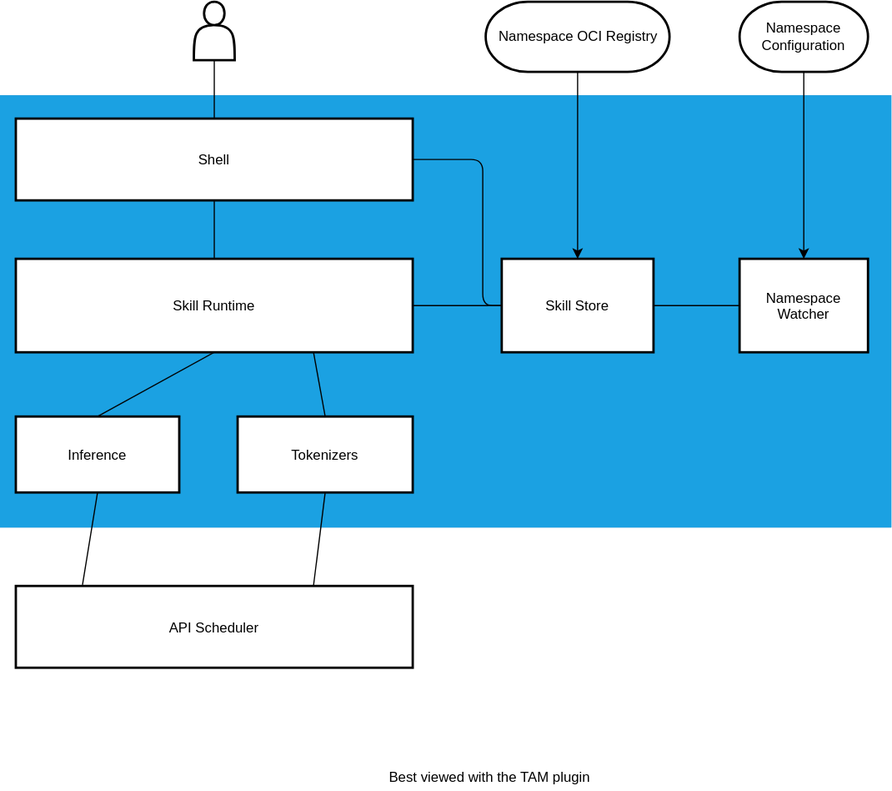
Aleph-Alpha/pharia-engine keeps this draw.io diagram as tam/actors-block.drawio.svg. Above is the earlier version. Source tidied: cells renumbered, new cells last; positions are measured from the earlier drawing's top-left corner, leaving out a move shared by most shapes.
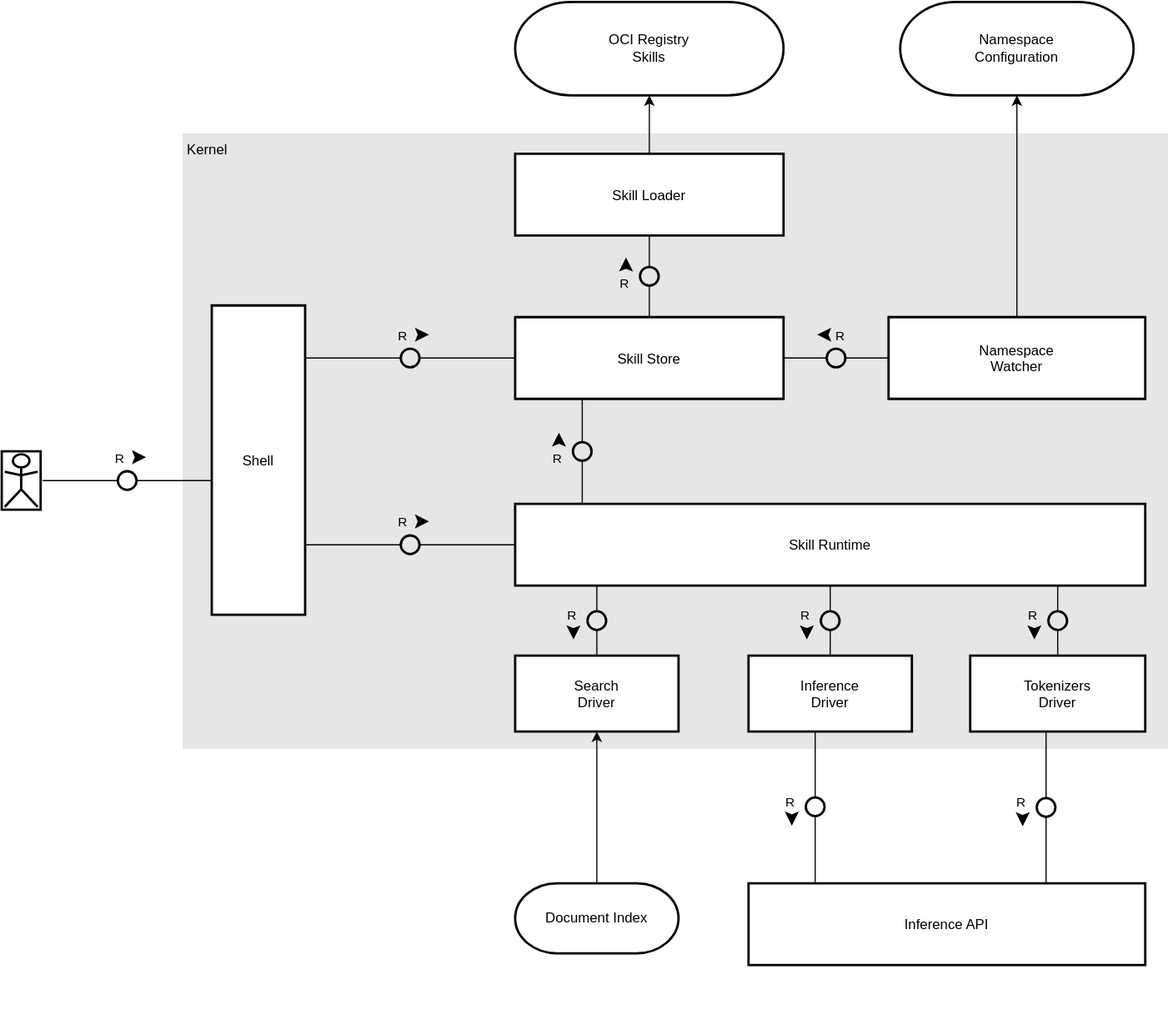
The same file after the commit.

Commit message:
docs: Updated Block Diagram

Change to the diagram source:
```diff
@@ -2,32 +2,26 @@
   <root>
     <mxCell id="0" />
     <mxCell id="1" parent="0" />
-    <mxCell id="2" style="rounded=0;whiteSpace=wrap;html=1;strokeWidth=0;strokeColor=#006EAF;fillColor=#1ba1e2;align=left;verticalAlign=top;spacingLeft=2;fontColor=#ffffff;" parent="1" vertex="1">
-      <mxGeometry x="0.2" y="80" width="763.8" height="370" as="geometry" />
-    </mxCell>
+    <mxCell id="25" value="Kernel" style="rounded=0;whiteSpace=wrap;html=1;strokeWidth=0;strokeColor=none;fillColor=#E6E6E6;align=left;verticalAlign=top;spacingLeft=2;" parent="1" vertex="1">
+      <mxGeometry x="-481" y="162.5" width="845" height="527.5" as="geometry" />
+    </mxCell>
     <mxCell id="3" value="Skill Runtime" style="shape=agent;offsetSize=8;strokeWidth=2;" parent="1" vertex="1">
-      <mxGeometry x="14" y="220" width="340" height="80" as="geometry" />
+      <mxGeometry x="-196" y="480" width="540" height="70" as="geometry" />
     </mxCell>
     <mxCell id="4" value="Best viewed with the &lt;a href=&quot;https://github.com/ariel-bentu/tam-drawio&quot;&gt;TAM plugin&lt;/a&gt;" style="text;html=1;shape=tamPluginMissing;" parent="1" vertex="1">
-      <mxGeometry x="332.1" y="650" width="200" height="25" as="geometry" />
+      <mxGeometry x="-261" y="905" width="200" height="25" as="geometry" />
     </mxCell>
     <mxCell id="5" value="Skill Store" style="shape=agent;offsetSize=8;strokeWidth=2;" parent="1" vertex="1">
-      <mxGeometry x="430.2" y="220" width="130" height="80" as="geometry" />
+      <mxGeometry x="-196" y="320" width="230" height="70" as="geometry" />
     </mxCell>
-    <mxCell id="6" style="shape=useedge;endArrow=none;edgeStyle=none;useSignPosition=up;useSignDirection=west;exitX=0;exitY=0.5;exitDx=0;exitDy=0;entryX=1;entryY=0.5;entryDx=0;entryDy=0;" parent="1" edge="1" source="5" target="3">
-      <mxGeometry relative="1" as="geometry" />
-    </mxCell>
-    <mxCell id="7" value="Namespace OCI Registry" style="rounded=1;whiteSpace=wrap;html=1;arcSize=60;strokeWidth=2;" parent="1" vertex="1">
-      <mxGeometry x="416.5" width="157.5" height="60" as="geometry" />
+    <mxCell id="7" value="OCI Registry&lt;br&gt;Skills" style="rounded=1;whiteSpace=wrap;html=1;arcSize=60;strokeWidth=2;" parent="1" vertex="1">
+      <mxGeometry x="-196" y="50" width="230" height="80" as="geometry" />
     </mxCell>
-    <mxCell id="8" style="edgeStyle=elbowEdgeStyle;html=1;labelBackgroundColor=none;rounded=1;elbow=vertical;endArrow=classic;endFill=1;align=center;exitX=0.5;exitY=1;exitDx=0;exitDy=0;entryX=0.5;entryY=0;entryDx=0;entryDy=0;" parent="1" edge="1" source="7" target="5">
-      <mxGeometry relative="1" as="geometry" />
-    </mxCell>
-    <mxCell id="9" value="Inference" style="shape=agent;offsetSize=8;strokeWidth=2;" parent="1" vertex="1">
-      <mxGeometry x="14" y="355" width="140" height="65" as="geometry" />
+    <mxCell id="9" value="Inference&#10;Driver" style="shape=agent;offsetSize=8;strokeWidth=2;" parent="1" vertex="1">
+      <mxGeometry x="4" y="610" width="140" height="65" as="geometry" />
     </mxCell>
-    <mxCell id="10" value="API Scheduler" style="shape=agent;offsetSize=8;strokeWidth=2;" parent="1" vertex="1">
-      <mxGeometry x="14" y="500" width="340" height="70" as="geometry" />
+    <mxCell id="10" value="Inference API" style="shape=agent;offsetSize=8;strokeWidth=2;" parent="1" vertex="1">
+      <mxGeometry x="4" y="805" width="340" height="70" as="geometry" />
     </mxCell>
     <mxCell id="11" style="shape=useedge;vertical=true;edgeStyle=none;endArrow=none;useSignPosition=left;useSignDirection=south;entryX=0.5;entryY=1;entryDx=0;entryDy=0;exitX=0.168;exitY=-0.014;exitDx=0;exitDy=0;exitPerimeter=0;" parent="1" edge="1" source="10" target="9">
       <mxGeometry relative="1" as="geometry" />
@@ -35,8 +29,8 @@
     <mxCell id="12" style="shape=useedge;vertical=true;edgeStyle=none;endArrow=none;useSignPosition=left;useSignDirection=south;entryX=0.5;entryY=1;entryDx=0;entryDy=0;exitX=0.5;exitY=0;exitDx=0;exitDy=0;" parent="1" edge="1" source="9" target="3">
       <mxGeometry relative="1" as="geometry" />
     </mxCell>
-    <mxCell id="13" value="Tokenizers" style="shape=agent;offsetSize=8;strokeWidth=2;" parent="1" vertex="1">
-      <mxGeometry x="204" y="355" width="150" height="65" as="geometry" />
+    <mxCell id="13" value="Tokenizers&#10;Driver" style="shape=agent;offsetSize=8;strokeWidth=2;" parent="1" vertex="1">
+      <mxGeometry x="194" y="610" width="150" height="65" as="geometry" />
     </mxCell>
     <mxCell id="14" style="shape=useedge;vertical=true;edgeStyle=none;endArrow=none;useSignPosition=left;useSignDirection=south;entryX=0.75;entryY=1;entryDx=0;entryDy=0;exitX=0.5;exitY=0;exitDx=0;exitDy=0;" parent="1" edge="1" source="13" target="3">
       <mxGeometry relative="1" as="geometry" />
@@ -45,35 +39,55 @@
       <mxGeometry relative="1" as="geometry" />
     </mxCell>
     <mxCell id="16" value="Namespace&lt;br&gt;Configuration" style="rounded=1;whiteSpace=wrap;html=1;arcSize=60;strokeWidth=2;" parent="1" vertex="1">
-      <mxGeometry x="634" width="110" height="60" as="geometry" />
+      <mxGeometry x="134" y="50" width="200" height="80" as="geometry" />
     </mxCell>
     <mxCell id="17" value="Namespace&#10;Watcher" style="shape=agent;offsetSize=8;strokeWidth=2;" parent="1" vertex="1">
-      <mxGeometry x="634" y="220" width="110" height="80" as="geometry" />
+      <mxGeometry x="124" y="320" width="220" height="70" as="geometry" />
     </mxCell>
-    <mxCell id="18" style="shape=useedge;endArrow=none;edgeStyle=none;useSignPosition=up;useSignDirection=east;exitX=0;exitY=0.5;exitDx=0;exitDy=0;entryX=1;entryY=0.5;entryDx=0;entryDy=0;" parent="1" edge="1" source="17" target="5">
-      <mxGeometry relative="1" as="geometry" />
-    </mxCell>
-    <mxCell id="19" style="edgeStyle=elbowEdgeStyle;html=1;labelBackgroundColor=none;rounded=1;elbow=vertical;endArrow=classic;endFill=1;align=center;exitX=0.5;exitY=1;exitDx=0;exitDy=0;entryX=0.5;entryY=0;entryDx=0;entryDy=0;" parent="1" edge="1" source="16" target="17">
-      <mxGeometry relative="1" as="geometry" />
-    </mxCell>
     <mxCell id="20" value="Shell" style="shape=agent;offsetSize=8;strokeWidth=2;" parent="1" vertex="1">
-      <mxGeometry x="14" y="100" width="340" height="70" as="geometry" />
+      <mxGeometry x="-456" y="310" width="80" height="265" as="geometry" />
     </mxCell>
+    <mxCell id="23" style="shape=actor;horizontalLabelPosition=right;align=left;labelPosition=right;strokeWidth=2;" parent="1" vertex="1">
+      <mxGeometry x="-636" y="435" width="35" height="50" as="geometry" />
+    </mxCell>
+    <mxCell id="26" value="Search&#10;Driver" style="shape=agent;offsetSize=8;strokeWidth=2;" parent="1" vertex="1">
+      <mxGeometry x="-196" y="610" width="140" height="65" as="geometry" />
+    </mxCell>
+    <mxCell id="27" value="Document Index" style="rounded=1;whiteSpace=wrap;html=1;arcSize=60;strokeWidth=2;" parent="1" vertex="1">
+      <mxGeometry x="-196" y="805" width="140" height="60" as="geometry" />
+    </mxCell>
+    <mxCell id="28" style="edgeStyle=elbowEdgeStyle;html=1;labelBackgroundColor=none;rounded=1;elbow=vertical;endArrow=classic;endFill=1;align=center;exitX=0.5;exitY=0;exitDx=0;exitDy=0;entryX=0.5;entryY=1;entryDx=0;entryDy=0;" parent="1" edge="1" source="27" target="26">
+      <mxGeometry relative="1" as="geometry" />
+    </mxCell>
+    <mxCell id="29" style="shape=useedge;vertical=true;edgeStyle=none;endArrow=none;useSignPosition=left;useSignDirection=south;exitX=0.5;exitY=0;exitDx=0;exitDy=0;entryX=0.25;entryY=1;entryDx=0;entryDy=0;" parent="1" edge="1" source="26" target="3">
+      <mxGeometry relative="1" as="geometry" />
+    </mxCell>
+    <mxCell id="30" style="shape=useedge;endArrow=none;edgeStyle=none;useSignPosition=up;useSignDirection=east;exitX=1;exitY=0.5;exitDx=0;exitDy=0;entryX=0;entryY=0.5;entryDx=0;entryDy=0;" parent="1" edge="1" source="23" target="20">
+      <mxGeometry relative="1" as="geometry" />
+    </mxCell>
-    <mxCell id="21" style="shape=useedge;vertical=true;edgeStyle=none;endArrow=none;useSignPosition=left;useSignDirection=south;entryX=0.5;entryY=1;entryDx=0;entryDy=0;exitX=0.5;exitY=0;exitDx=0;exitDy=0;" parent="1" edge="1" source="3" target="20">
+    <mxCell id="21" style="shape=useedge;endArrow=none;edgeStyle=none;useSignPosition=up;useSignDirection=west;exitX=0;exitY=0.5;exitDx=0;exitDy=0;entryX=1;entryY=0.5;entryDx=0;entryDy=0;" parent="1" edge="1" source="3" target="20">
       <mxGeometry relative="1" as="geometry" />
     </mxCell>
-    <mxCell id="22" style="rounded=1;shape=useedge;edgeStyle=elbowEdgeStyle;elbow=horizontal;endArrow=none;useSignPosition=left;useSignDirection=north;exitX=1;exitY=0.5;exitDx=0;exitDy=0;entryX=0;entryY=0.5;entryDx=0;entryDy=0;dx=109;dy=35;" parent="1" edge="1" source="20" target="5">
-      <mxGeometry relative="1" as="geometry">
-        <Array as="points">
-          <mxPoint x="414" y="200" />
-        </Array>
-      </mxGeometry>
-    </mxCell>
-    <mxCell id="23" style="shape=actor;horizontalLabelPosition=right;align=left;labelPosition=right;strokeWidth=2;" parent="1" vertex="1">
-      <mxGeometry x="166.5" width="35" height="50" as="geometry" />
-    </mxCell>
-    <mxCell id="24" style="shape=useedge;vertical=true;edgeStyle=none;endArrow=none;useSignPosition=left;useSignDirection=south;entryX=0.5;entryY=1;entryDx=0;entryDy=0;exitX=0.5;exitY=0;exitDx=0;exitDy=0;" parent="1" edge="1" source="20" target="23">
-      <mxGeometry relative="1" as="geometry" />
-    </mxCell>
+    <mxCell id="31" style="shape=useedge;endArrow=none;edgeStyle=none;useSignPosition=up;useSignDirection=west;exitX=0;exitY=0.5;exitDx=0;exitDy=0;entryX=1;entryY=0.25;entryDx=0;entryDy=0;" parent="1" edge="1" source="5" target="20">
+      <mxGeometry relative="1" as="geometry" />
+    </mxCell>
+    <mxCell id="6" style="shape=useedge;vertical=true;edgeStyle=none;endArrow=none;useSignPosition=left;useSignDirection=south;exitX=0.25;exitY=1;exitDx=0;exitDy=0;entryX=0.25;entryY=0;entryDx=0;entryDy=0;" parent="1" edge="1" source="5" target="3">
+      <mxGeometry relative="1" as="geometry" />
+    </mxCell>
+    <mxCell id="32" style="shape=useedge;endArrow=none;edgeStyle=none;useSignPosition=up;useSignDirection=west;entryX=0;entryY=0.5;entryDx=0;entryDy=0;exitX=1;exitY=0.5;exitDx=0;exitDy=0;" parent="1" edge="1" source="5" target="17">
+      <mxGeometry relative="1" as="geometry" />
+    </mxCell>
+    <mxCell id="33" value="Skill Loader" style="shape=agent;offsetSize=8;strokeWidth=2;" parent="1" vertex="1">
+      <mxGeometry x="-196" y="180" width="230" height="70" as="geometry" />
+    </mxCell>
+    <mxCell id="34" style="shape=useedge;vertical=true;edgeStyle=none;endArrow=none;useSignPosition=left;useSignDirection=north;exitX=0.5;exitY=0;exitDx=0;exitDy=0;entryX=0.5;entryY=1;entryDx=0;entryDy=0;" parent="1" edge="1" source="5" target="33">
+      <mxGeometry relative="1" as="geometry" />
+    </mxCell>
+    <mxCell id="35" style="edgeStyle=elbowEdgeStyle;html=1;labelBackgroundColor=none;rounded=1;elbow=vertical;endArrow=classic;endFill=1;align=center;exitX=0.5;exitY=0;exitDx=0;exitDy=0;entryX=0.5;entryY=1;entryDx=0;entryDy=0;" parent="1" edge="1" source="33" target="7">
+      <mxGeometry relative="1" as="geometry" />
+    </mxCell>
+    <mxCell id="36" style="edgeStyle=elbowEdgeStyle;html=1;labelBackgroundColor=none;rounded=1;elbow=vertical;endArrow=classic;endFill=1;align=center;entryX=0.5;entryY=1;entryDx=0;entryDy=0;exitX=0.5;exitY=0;exitDx=0;exitDy=0;" parent="1" edge="1" source="17" target="16">
+      <mxGeometry relative="1" as="geometry" />
+    </mxCell>
   </root>
 </mxGraphModel>
```
